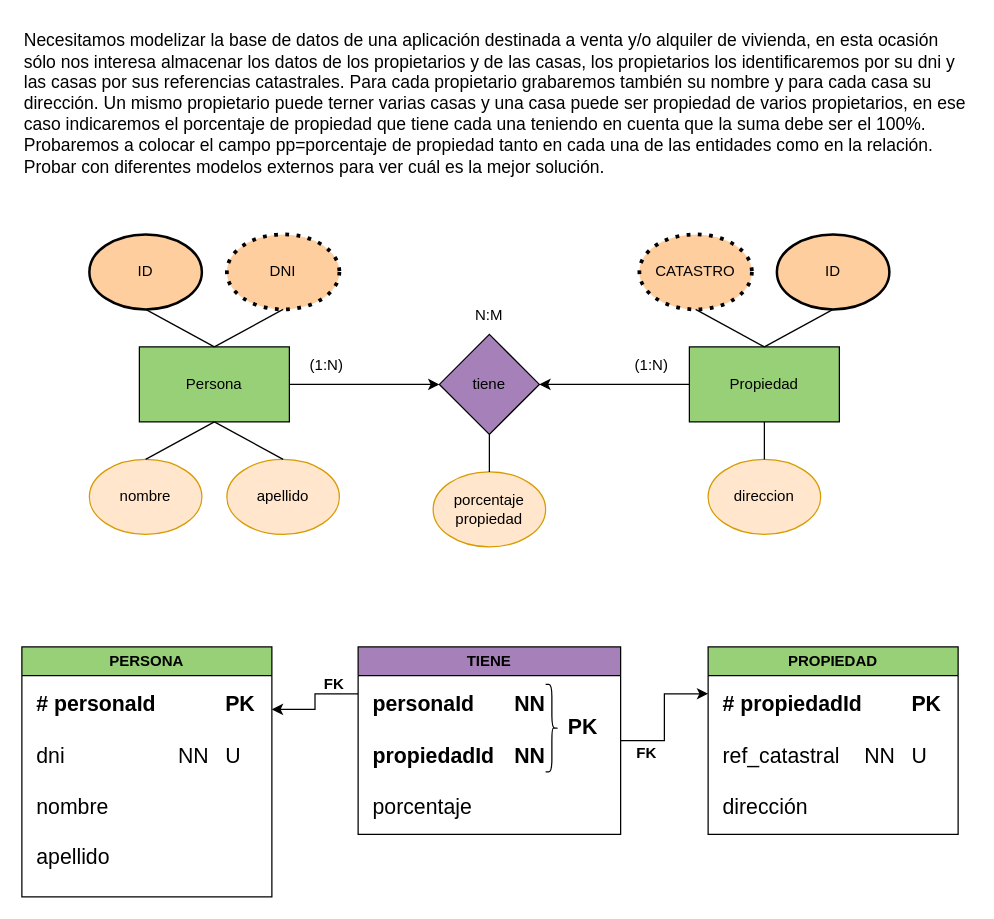
Above: drawio/Ejer6.drawio in DiEgOfercri/Modelos-BBDD (draw.io), before the change. Source tidied: cells renumbered, new cells numbered last; positions are measured from the earlier drawing's top-left corner, leaving out a move shared by most shapes. Both pictures are drawn from the tidied source at 125%, with x=0, y=0 at pixel (21, 21).
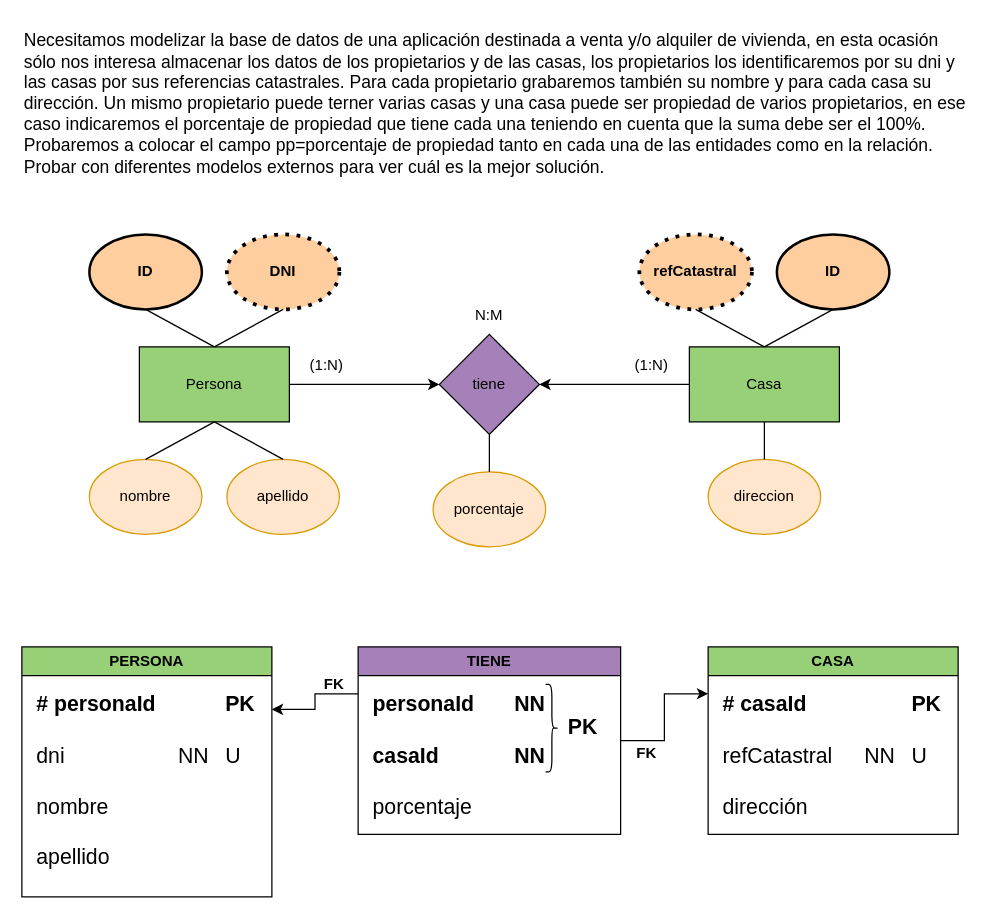
The same page after the edit.

Unchanged cells that the change refers to:
```xml
<mxCell id="31" value="TIENE" style="swimlane;whiteSpace=wrap;html=1;fillColor=#A680B8;" parent="1" vertex="1">
  <mxGeometry x="269" y="500" width="210" height="150" as="geometry" />
</mxCell>
```

Change to the diagram source:
```diff
@@
-    <mxCell id="6" value="Propiedad" style="rounded=0;whiteSpace=wrap;html=1;fillColor=#97D077;" parent="1" vertex="1">
+    <mxCell id="6" value="Casa" style="rounded=0;whiteSpace=wrap;html=1;fillColor=#97D077;" parent="1" vertex="1">
       <mxGeometry x="534" y="260" width="120" height="60" as="geometry" />
     </mxCell>
@@
-    <mxCell id="11" value="ID" style="ellipse;whiteSpace=wrap;html=1;strokeWidth=2;fillColor=#FFCE9F;" parent="1" vertex="1">
+    <mxCell id="11" value="ID" style="ellipse;whiteSpace=wrap;html=1;strokeWidth=2;fillColor=#FFCE9F;fontStyle=1;" parent="1" vertex="1">
       <mxGeometry x="54" y="170" width="90" height="60" as="geometry" />
     </mxCell>
-    <mxCell id="12" value="DNI" style="ellipse;whiteSpace=wrap;html=1;dashed=1;dashPattern=1 2;strokeWidth=3;fillColor=#FFCE9F;" parent="1" vertex="1">
+    <mxCell id="12" value="DNI" style="ellipse;whiteSpace=wrap;html=1;dashed=1;dashPattern=1 2;strokeWidth=3;fillColor=#FFCE9F;fontStyle=1;" parent="1" vertex="1">
       <mxGeometry x="164" y="170" width="90" height="60" as="geometry" />
     </mxCell>
-    <mxCell id="13" value="CATASTRO" style="ellipse;whiteSpace=wrap;html=1;dashed=1;dashPattern=1 2;strokeWidth=3;fillColor=#FFCE9F;" parent="1" vertex="1">
+    <mxCell id="13" value="refCatastral" style="ellipse;whiteSpace=wrap;html=1;dashed=1;dashPattern=1 2;strokeWidth=3;fillColor=#FFCE9F;fontStyle=1;" parent="1" vertex="1">
       <mxGeometry x="494" y="170" width="90" height="60" as="geometry" />
     </mxCell>
-    <mxCell id="14" value="ID" style="ellipse;whiteSpace=wrap;html=1;strokeWidth=2;fillColor=#FFCE9F;" parent="1" vertex="1">
+    <mxCell id="14" value="ID" style="ellipse;whiteSpace=wrap;html=1;strokeWidth=2;fillColor=#FFCE9F;fontStyle=1;" parent="1" vertex="1">
       <mxGeometry x="604" y="170" width="90" height="60" as="geometry" />
     </mxCell>
@@
-    <mxCell id="18" value="porcentaje&lt;br&gt;propiedad" style="ellipse;whiteSpace=wrap;html=1;strokeWidth=1;fillColor=#ffe6cc;strokeColor=#d79b00;" parent="1" vertex="1">
+    <mxCell id="18" value="porcentaje" style="ellipse;whiteSpace=wrap;html=1;strokeWidth=1;fillColor=#ffe6cc;strokeColor=#d79b00;" parent="1" vertex="1">
       <mxGeometry x="329" y="360" width="90" height="60" as="geometry" />
     </mxCell>
@@
-    <mxCell id="32" value="&lt;div style=&quot;text-align: right;&quot;&gt;&lt;b style=&quot;background-color: initial;&quot;&gt;personaId&lt;span style=&quot;white-space: pre;&quot;&gt;&#9;&lt;/span&gt;NN&lt;/b&gt;&lt;/div&gt;&lt;br style=&quot;font-size: 17px;&quot;&gt;&lt;b&gt;propiedadId&lt;span style=&quot;white-space: pre;&quot;&gt;&#9;&lt;/span&gt;NN&lt;br&gt;&lt;/b&gt;&lt;br style=&quot;font-size: 17px;&quot;&gt;porcentaje" style="text;html=1;strokeColor=none;fillColor=none;align=left;verticalAlign=top;whiteSpace=wrap;rounded=0;fontSize=17;" parent="31" vertex="1">
+    <mxCell id="32" value="&lt;div style=&quot;text-align: right;&quot;&gt;&lt;b style=&quot;background-color: initial;&quot;&gt;personaId&lt;span style=&quot;white-space: pre;&quot;&gt;&#9;&lt;/span&gt;NN&lt;/b&gt;&lt;/div&gt;&lt;br style=&quot;font-size: 17px;&quot;&gt;&lt;b&gt;casaId&lt;span style=&quot;white-space: pre;&quot;&gt;&#9;&lt;span style=&quot;white-space: pre;&quot;&gt;&#9;&lt;/span&gt;&lt;/span&gt;NN&lt;br&gt;&lt;/b&gt;&lt;br style=&quot;font-size: 17px;&quot;&gt;porcentaje" style="text;html=1;strokeColor=none;fillColor=none;align=left;verticalAlign=top;whiteSpace=wrap;rounded=0;fontSize=17;" parent="31" vertex="1">
       <mxGeometry x="10" y="30" width="180" height="110" as="geometry" />
     </mxCell>
@@
-    <mxCell id="35" value="PROPIEDAD" style="swimlane;whiteSpace=wrap;html=1;fillColor=#97D077;" parent="1" vertex="1">
+    <mxCell id="35" value="CASA" style="swimlane;whiteSpace=wrap;html=1;fillColor=#97D077;" parent="1" vertex="1">
       <mxGeometry x="549" y="500" width="200" height="150" as="geometry" />
     </mxCell>
-    <mxCell id="36" value="&lt;b style=&quot;font-size: 17px;&quot;&gt;# propiedadId&lt;span style=&quot;white-space: pre;&quot;&gt;&#9;&lt;/span&gt;PK&lt;/b&gt;&lt;br style=&quot;font-size: 17px;&quot;&gt;&lt;br style=&quot;font-size: 17px;&quot;&gt;ref_catastral&lt;span style=&quot;white-space: pre;&quot;&gt;&#9;&lt;/span&gt;NN&lt;span style=&quot;white-space: pre;&quot;&gt;&#9;&lt;/span&gt;U&lt;br style=&quot;font-size: 17px;&quot;&gt;&lt;br style=&quot;font-size: 17px;&quot;&gt;dirección" style="text;html=1;strokeColor=none;fillColor=none;align=left;verticalAlign=top;whiteSpace=wrap;rounded=0;fontSize=17;" parent="35" vertex="1">
+    <mxCell id="36" value="&lt;b style=&quot;font-size: 17px;&quot;&gt;# casaId&lt;span style=&quot;white-space: pre;&quot;&gt;&#9;&lt;span style=&quot;white-space: pre;&quot;&gt;&#9;&lt;/span&gt;&lt;span style=&quot;white-space: pre;&quot;&gt;&#9;&lt;/span&gt;&lt;/span&gt;PK&lt;/b&gt;&lt;br style=&quot;font-size: 17px;&quot;&gt;&lt;br style=&quot;font-size: 17px;&quot;&gt;refCatastral&lt;span style=&quot;white-space: pre;&quot;&gt;&#9;&lt;/span&gt;NN&lt;span style=&quot;white-space: pre;&quot;&gt;&#9;&lt;/span&gt;U&lt;br style=&quot;font-size: 17px;&quot;&gt;&lt;br style=&quot;font-size: 17px;&quot;&gt;dirección" style="text;html=1;strokeColor=none;fillColor=none;align=left;verticalAlign=top;whiteSpace=wrap;rounded=0;fontSize=17;" parent="35" vertex="1">
       <mxGeometry x="10" y="30" width="180" height="110" as="geometry" />
     </mxCell>
```
